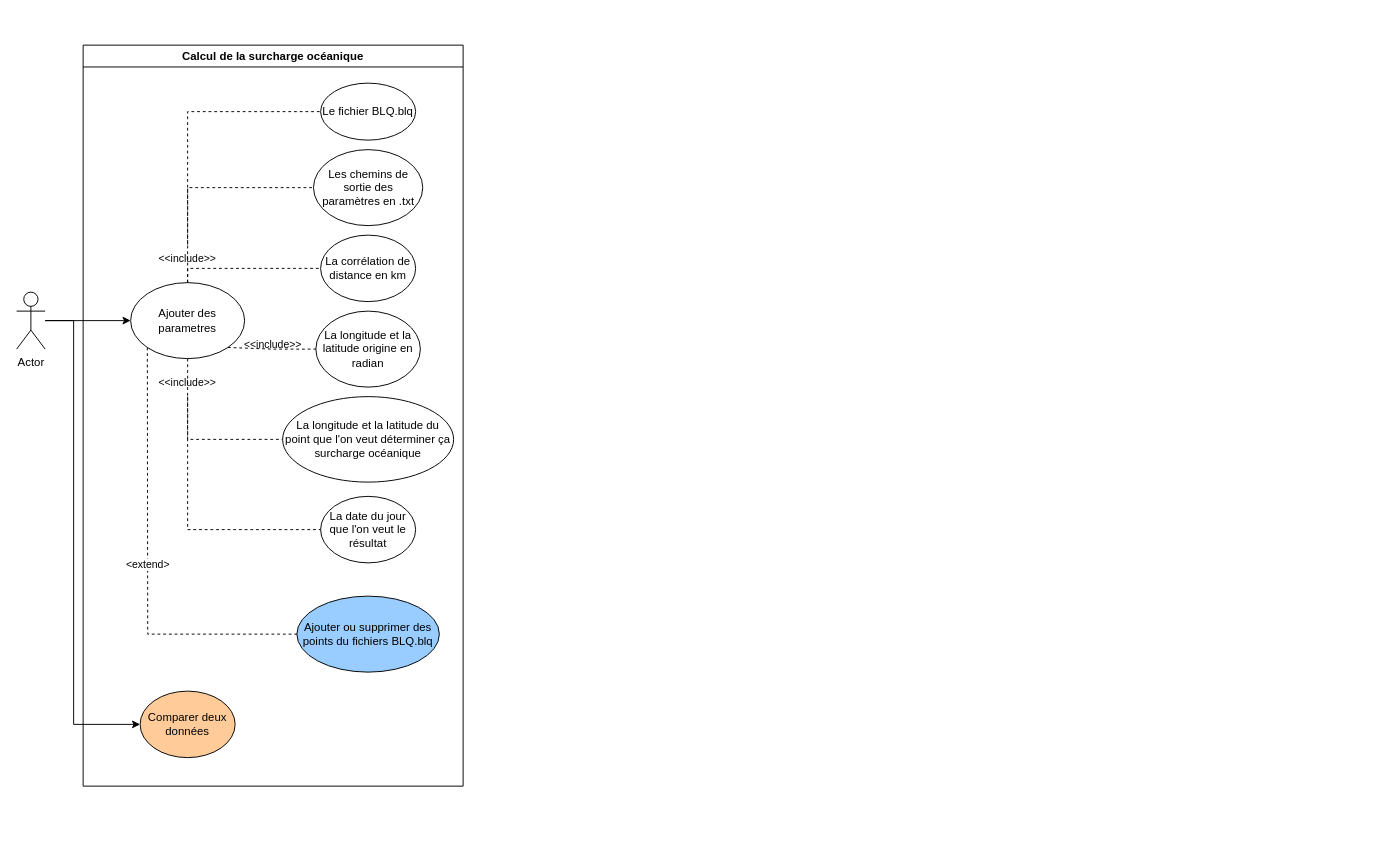
Before: dia_de_cas_d_utilisation_2.drawio in Kaloum2/calcul-coeff-krigeage, a draw.io diagram. Source tidied: cells renumbered, new cells numbered last; positions are measured from the earlier drawing's top-left corner, leaving out a move shared by most shapes. Both pictures are drawn from the tidied source at 95%, with x=0, y=0 at pixel (16, 45).
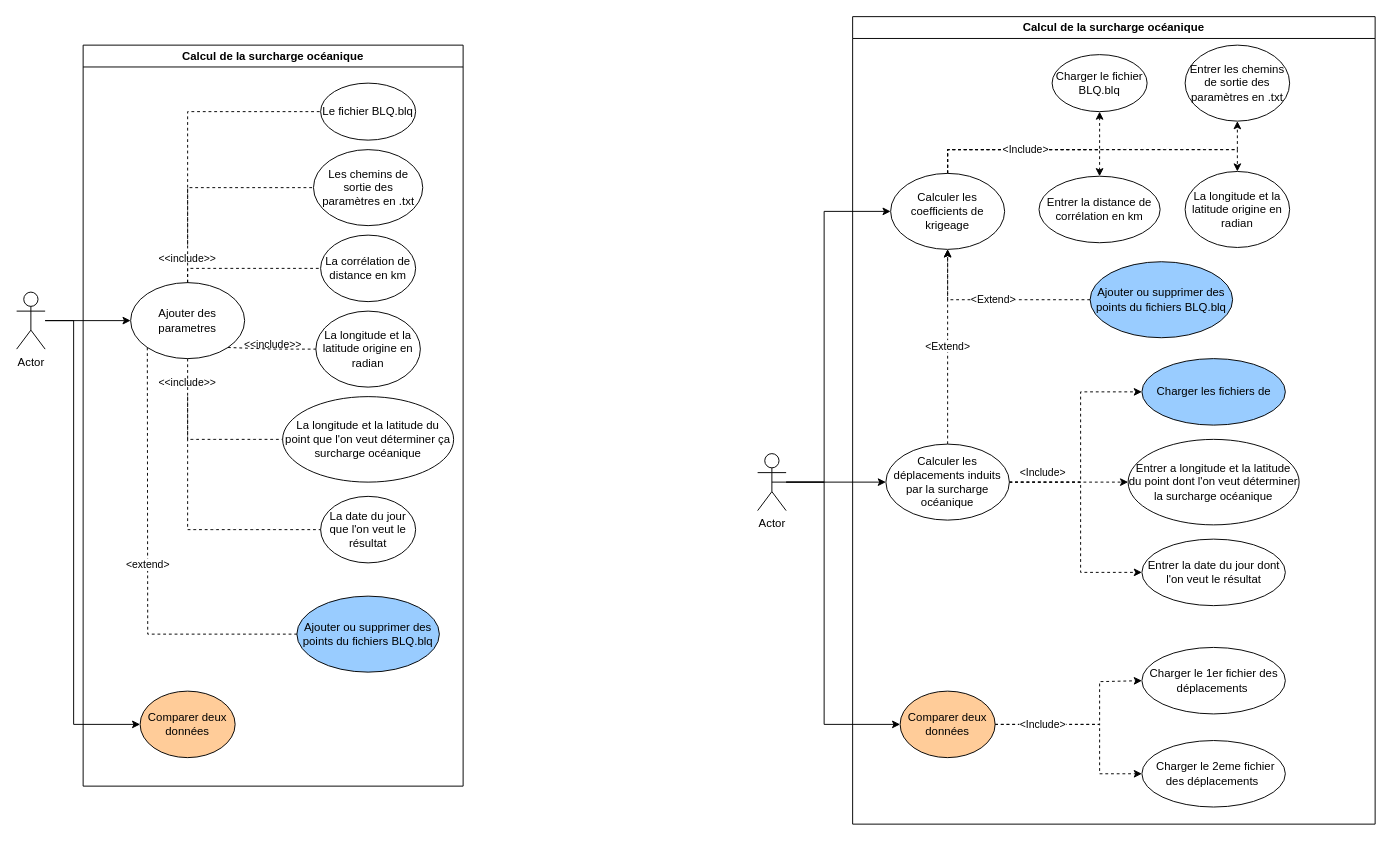
After the change.

Commit message:
Mettre à jour dia_de_cas_d_utilisation_3.drawio

Diff of the diagram source:
```diff
@@
+    <mxCell id="25" value="Calcul de la surcharge océanique" style="swimlane;whiteSpace=wrap;html=1;fillColor=#FFFFFF;" parent="1" vertex="1">
+      <mxGeometry x="880" y="-30" width="550" height="850" as="geometry" />
+    </mxCell>
+    <mxCell id="26" value="Charger le fichier BLQ.blq" style="ellipse;whiteSpace=wrap;html=1;" parent="25" vertex="1">
+      <mxGeometry x="210" y="40" width="100" height="60" as="geometry" />
+    </mxCell>
+    <mxCell id="27" value="Entrer la distance de corrélation en km" style="ellipse;whiteSpace=wrap;html=1;" parent="25" vertex="1">
+      <mxGeometry x="196.2" y="168" width="127.5" height="70" as="geometry" />
+    </mxCell>
+    <mxCell id="28" value="La longitude et la latitude origine en radian" style="ellipse;whiteSpace=wrap;html=1;" parent="25" vertex="1">
+      <mxGeometry x="350" y="163" width="110" height="80" as="geometry" />
+    </mxCell>
+    <mxCell id="29" value="Entrer la date du jour dont l'on veut le résultat" style="ellipse;whiteSpace=wrap;html=1;" parent="25" vertex="1">
+      <mxGeometry x="304.5" y="550" width="151" height="70" as="geometry" />
+    </mxCell>
+    <mxCell id="30" style="edgeStyle=orthogonalEdgeStyle;rounded=0;jettySize=auto;html=1;exitX=1;exitY=0.5;exitDx=0;exitDy=0;entryX=0;entryY=0.5;entryDx=0;entryDy=0;dashed=1;" parent="25" edge="1" source="32" target="49">
+      <mxGeometry relative="1" as="geometry">
+        <Array as="points">
+          <mxPoint x="260" y="745" />
+          <mxPoint x="260" y="797" />
+        </Array>
+      </mxGeometry>
+    </mxCell>
+    <mxCell id="31" value="&amp;lt;Include&amp;gt;" style="edgeStyle=orthogonalEdgeStyle;rounded=0;jettySize=auto;html=1;exitX=1;exitY=0.5;exitDx=0;exitDy=0;entryX=0;entryY=0.5;entryDx=0;entryDy=0;dashed=1;" parent="25" edge="1" source="32" target="48">
+      <mxGeometry x="-0.5" relative="1" as="geometry">
+        <Array as="points">
+          <mxPoint x="260" y="745" />
+          <mxPoint x="260" y="700" />
+          <mxPoint x="305" y="700" />
+        </Array>
+      </mxGeometry>
+    </mxCell>
+    <mxCell id="32" value="Comparer deux données" style="ellipse;whiteSpace=wrap;html=1;fillColor=#FFCC99;" parent="25" vertex="1">
+      <mxGeometry x="50" y="710" width="100" height="70" as="geometry" />
+    </mxCell>
+    <mxCell id="33" value="Entrer les chemins de sortie des paramètres en .txt" style="ellipse;whiteSpace=wrap;html=1;" parent="25" vertex="1">
+      <mxGeometry x="350" y="30" width="110" height="80" as="geometry" />
+    </mxCell>
+    <mxCell id="34" value="Entrer a longitude et la latitude du point dont l'on veut déterminer la surcharge océanique" style="ellipse;whiteSpace=wrap;html=1;" parent="25" vertex="1">
+      <mxGeometry x="290" y="445" width="180" height="90" as="geometry" />
+    </mxCell>
+    <mxCell id="35" style="edgeStyle=orthogonalEdgeStyle;rounded=0;jettySize=auto;html=1;exitX=0.5;exitY=0;exitDx=0;exitDy=0;dashed=1;" parent="25" edge="1" source="39" target="33">
+      <mxGeometry relative="1" as="geometry">
+        <Array as="points">
+          <mxPoint x="100" y="140" />
+          <mxPoint x="405" y="140" />
+        </Array>
+      </mxGeometry>
+    </mxCell>
+    <mxCell id="36" style="edgeStyle=orthogonalEdgeStyle;rounded=0;jettySize=auto;html=1;exitX=0.5;exitY=0;exitDx=0;exitDy=0;entryX=0.5;entryY=0;entryDx=0;entryDy=0;dashed=1;" parent="25" edge="1" source="39" target="28">
+      <mxGeometry relative="1" as="geometry">
+        <Array as="points">
+          <mxPoint x="100" y="140" />
+          <mxPoint x="405" y="140" />
+        </Array>
+      </mxGeometry>
+    </mxCell>
+    <mxCell id="37" style="edgeStyle=orthogonalEdgeStyle;rounded=0;jettySize=auto;html=1;exitX=0.5;exitY=0;exitDx=0;exitDy=0;entryX=0.5;entryY=1;entryDx=0;entryDy=0;dashed=1;" parent="25" edge="1" source="39" target="26">
+      <mxGeometry relative="1" as="geometry">
+        <Array as="points">
+          <mxPoint x="100" y="140" />
+          <mxPoint x="260" y="140" />
+        </Array>
+      </mxGeometry>
+    </mxCell>
+    <mxCell id="38" value="&amp;lt;Include&amp;gt;" style="edgeStyle=orthogonalEdgeStyle;rounded=0;jettySize=auto;html=1;exitX=0.5;exitY=0;exitDx=0;exitDy=0;entryX=0.5;entryY=0;entryDx=0;entryDy=0;dashed=1;" parent="25" edge="1" source="39" target="27">
+      <mxGeometry relative="1" as="geometry">
+        <Array as="points">
+          <mxPoint x="100" y="140" />
+          <mxPoint x="260" y="140" />
+        </Array>
+      </mxGeometry>
+    </mxCell>
+    <mxCell id="39" value="Calculer les coefficients de krigeage" style="ellipse;whiteSpace=wrap;html=1;fillColor=#FFFFFF;" parent="25" vertex="1">
+      <mxGeometry x="40" y="165" width="120" height="80" as="geometry" />
+    </mxCell>
+    <mxCell id="40" value="&amp;lt;Extend&amp;gt;" style="edgeStyle=orthogonalEdgeStyle;rounded=0;jettySize=auto;html=1;exitX=0;exitY=0.5;exitDx=0;exitDy=0;entryX=0.5;entryY=1;entryDx=0;entryDy=0;dashed=1;" parent="25" edge="1" source="41" target="39">
+      <mxGeometry relative="1" as="geometry" />
+    </mxCell>
+    <mxCell id="41" value="Ajouter ou supprimer des points du fichiers BLQ.blq" style="ellipse;whiteSpace=wrap;html=1;fillColor=#99CCFF;" parent="25" vertex="1">
+      <mxGeometry x="250" y="258" width="150" height="80" as="geometry" />
+    </mxCell>
+    <mxCell id="42" value="&amp;lt;Extend&amp;gt;" style="edgeStyle=orthogonalEdgeStyle;rounded=0;jettySize=auto;html=1;exitX=0.5;exitY=0;exitDx=0;exitDy=0;entryX=0.5;entryY=1;entryDx=0;entryDy=0;dashed=1;" parent="25" edge="1" source="46" target="39">
+      <mxGeometry relative="1" as="geometry" />
+    </mxCell>
+    <mxCell id="43" value="&amp;lt;Include&amp;gt;" style="edgeStyle=orthogonalEdgeStyle;rounded=0;jettySize=auto;html=1;exitX=1;exitY=0.5;exitDx=0;exitDy=0;entryX=0;entryY=0.5;entryDx=0;entryDy=0;dashed=1;" parent="25" edge="1" source="46" target="47">
+      <mxGeometry x="-0.7" y="10" relative="1" as="geometry">
+        <Array as="points">
+          <mxPoint x="240" y="490" />
+          <mxPoint x="240" y="395" />
+        </Array>
+      </mxGeometry>
+    </mxCell>
+    <mxCell id="44" style="edgeStyle=orthogonalEdgeStyle;rounded=0;jettySize=auto;html=1;exitX=1;exitY=0.5;exitDx=0;exitDy=0;entryX=0;entryY=0.5;entryDx=0;entryDy=0;dashed=1;" parent="25" edge="1" source="46" target="29">
+      <mxGeometry relative="1" as="geometry">
+        <Array as="points">
+          <mxPoint x="240" y="490" />
+          <mxPoint x="240" y="585" />
+        </Array>
+      </mxGeometry>
+    </mxCell>
+    <mxCell id="45" style="edgeStyle=orthogonalEdgeStyle;rounded=0;jettySize=auto;html=1;exitX=1;exitY=0.5;exitDx=0;exitDy=0;entryX=0;entryY=0.5;entryDx=0;entryDy=0;dashed=1;" parent="25" edge="1" source="46" target="34">
+      <mxGeometry relative="1" as="geometry" />
+    </mxCell>
+    <mxCell id="46" value="Calculer les déplacements induits par la surcharge océanique" style="ellipse;whiteSpace=wrap;html=1;fillColor=#FFFFFF;" parent="25" vertex="1">
+      <mxGeometry x="35" y="450" width="130" height="80" as="geometry" />
+    </mxCell>
+    <mxCell id="47" value="Charger les fichiers de" style="ellipse;whiteSpace=wrap;html=1;fillColor=#99CCFF;strokeColor=#000000;" parent="25" vertex="1">
+      <mxGeometry x="304.5" y="360" width="151" height="70" as="geometry" />
+    </mxCell>
+    <mxCell id="48" value="Charger le 1er fichier des déplacements&amp;nbsp;" style="ellipse;whiteSpace=wrap;html=1;" parent="25" vertex="1">
+      <mxGeometry x="304.5" y="664" width="151" height="70" as="geometry" />
+    </mxCell>
+    <mxCell id="49" value="&amp;nbsp;Charger le 2eme fichier des déplacements&amp;nbsp;" style="ellipse;whiteSpace=wrap;html=1;" parent="25" vertex="1">
+      <mxGeometry x="304.5" y="762" width="151" height="70" as="geometry" />
+    </mxCell>
+    <mxCell id="50" style="edgeStyle=orthogonalEdgeStyle;rounded=0;jettySize=auto;html=1;entryX=0;entryY=0.5;entryDx=0;entryDy=0;" parent="1" edge="1" source="53" target="39">
+      <mxGeometry relative="1" as="geometry">
+        <Array as="points">
+          <mxPoint x="850" y="460" />
+          <mxPoint x="850" y="175" />
+        </Array>
+      </mxGeometry>
+    </mxCell>
+    <mxCell id="51" style="edgeStyle=orthogonalEdgeStyle;rounded=0;jettySize=auto;html=1;entryX=0;entryY=0.5;entryDx=0;entryDy=0;" parent="1" edge="1" source="53" target="46">
+      <mxGeometry relative="1" as="geometry" />
+    </mxCell>
+    <mxCell id="52" style="edgeStyle=orthogonalEdgeStyle;rounded=0;jettySize=auto;html=1;exitX=0.5;exitY=0.5;exitDx=0;exitDy=0;exitPerimeter=0;entryX=0;entryY=0.5;entryDx=0;entryDy=0;" parent="1" edge="1" source="53" target="32">
+      <mxGeometry relative="1" as="geometry">
+        <Array as="points">
+          <mxPoint x="850" y="460" />
+          <mxPoint x="850" y="715" />
+        </Array>
+      </mxGeometry>
+    </mxCell>
+    <mxCell id="53" value="Actor" style="shape=umlActor;verticalLabelPosition=bottom;verticalAlign=top;html=1;outlineConnect=0;" parent="1" vertex="1">
+      <mxGeometry x="780" y="430" width="30" height="60" as="geometry" />
+    </mxCell>
```
